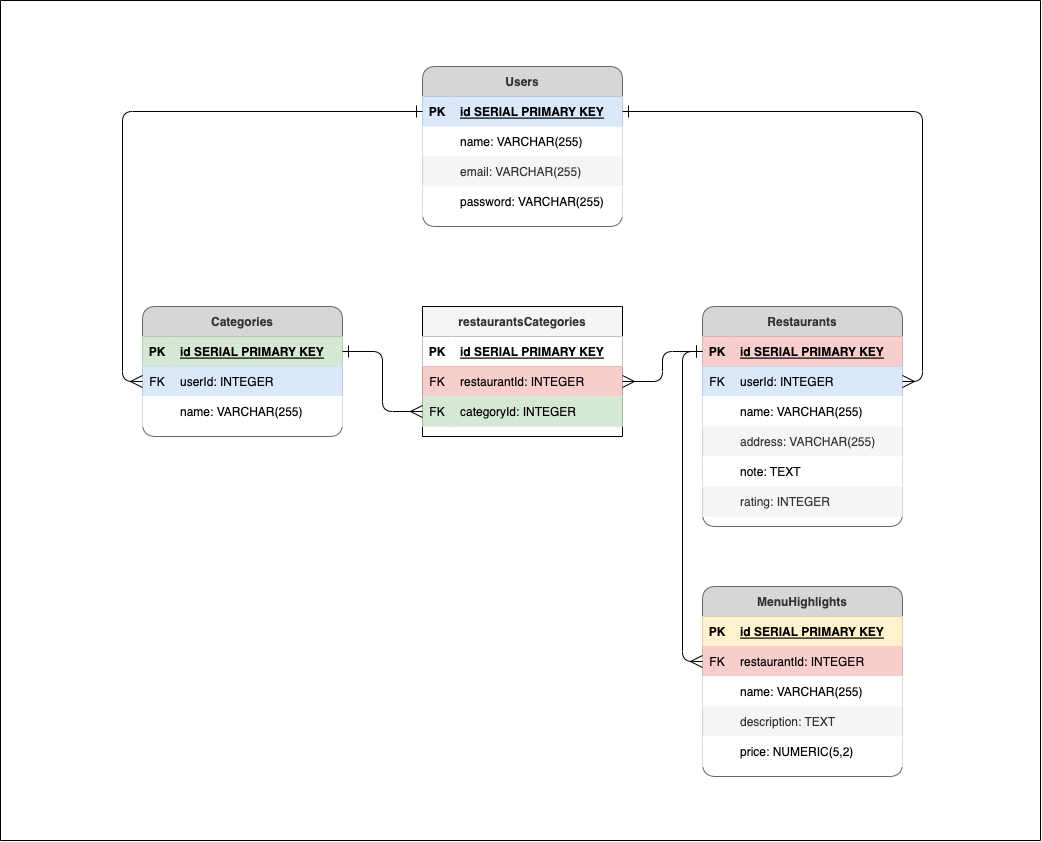
Earlier version of the draw.io export ERD.drawio.png (philjang/ad-libitum). Source tidied: cells renumbered, new cells last; positions are measured from the earlier drawing's top-left corner, leaving out a move shared by most shapes.
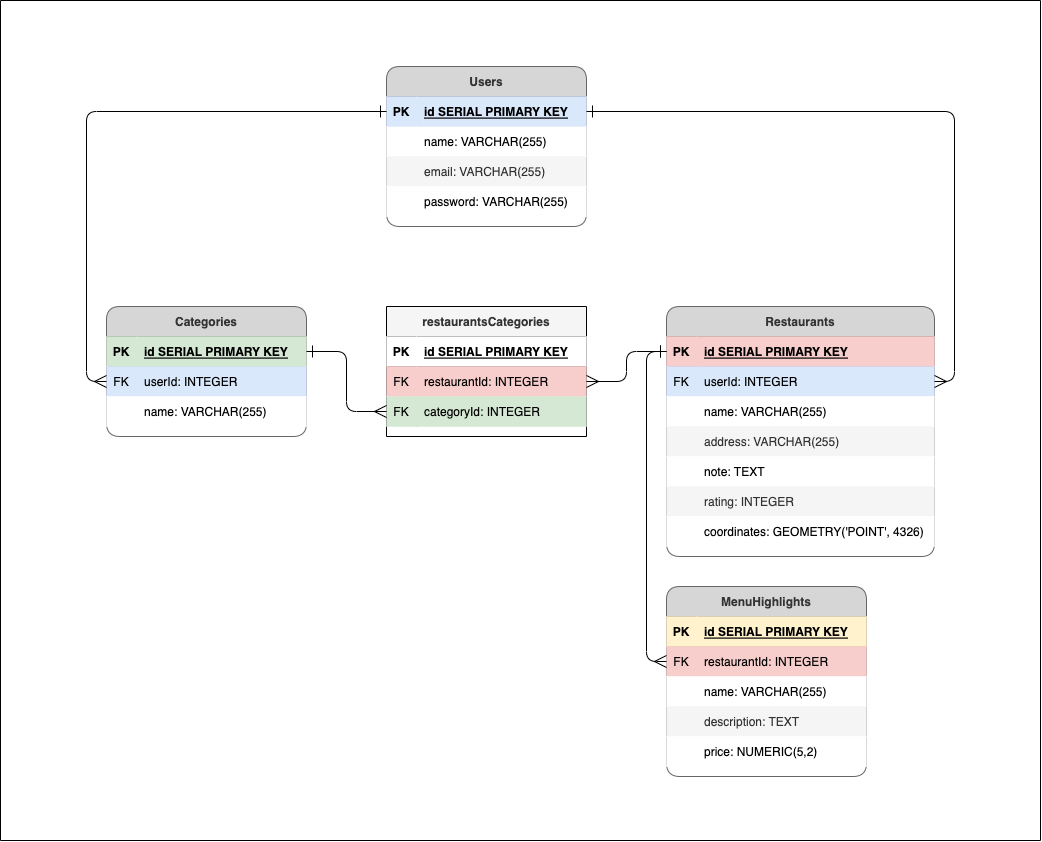
The same file after the commit.

Change to the diagram source:
```diff
@@ -42,62 +42,71 @@
       <mxGeometry x="30" width="170" height="30" as="geometry" />
     </mxCell>
     <mxCell id="15" value="Restaurants" style="shape=table;startSize=30;rowLines=0;fontStyle=1;align=center;fillColor=#D6D6D6;strokeColor=#666666;swimlaneFillColor=none;rounded=1;fontColor=#333333;perimeterSpacing=0;" parent="1" vertex="1">
-      <mxGeometry x="702" y="306" width="200" height="220" as="geometry" />
+      <mxGeometry x="702" y="306" width="268" height="250" as="geometry" />
     </mxCell>
     <mxCell id="16" style="shape=tableRow;horizontal=0;startSize=0;swimlaneHead=0;swimlaneBody=0;fillColor=#f8cecc;points=[[0,0.5],[1,0.5]];portConstraint=eastwest;top=0;left=0;right=0;bottom=1;strokeColor=#b85450;" parent="15" vertex="1">
-      <mxGeometry y="30" width="200" height="30" as="geometry" />
+      <mxGeometry y="30" width="268" height="30" as="geometry" />
     </mxCell>
     <mxCell id="17" value="PK" style="shape=partialRectangle;fillColor=#f8cecc;top=0;left=0;bottom=0;right=0;fontStyle=1;overflow=hidden;strokeColor=#b85450;" parent="16" vertex="1">
       <mxGeometry width="30" height="30" as="geometry" />
     </mxCell>
     <mxCell id="18" value="id SERIAL PRIMARY KEY" style="shape=partialRectangle;fillColor=#f8cecc;top=0;left=0;bottom=0;right=0;align=left;spacingLeft=6;fontStyle=5;overflow=hidden;strokeColor=#b85450;" parent="16" vertex="1">
-      <mxGeometry x="30" width="170" height="30" as="geometry" />
+      <mxGeometry x="30" width="238" height="30" as="geometry" />
     </mxCell>
     <mxCell id="19" style="shape=tableRow;horizontal=0;startSize=0;swimlaneHead=0;swimlaneBody=0;fillColor=#dae8fc;points=[[0,0.5],[1,0.5]];portConstraint=eastwest;top=0;left=0;right=0;bottom=0;rounded=0;shadow=0;sketch=0;strokeColor=#6c8ebf;" parent="15" vertex="1">
-      <mxGeometry y="60" width="200" height="30" as="geometry" />
+      <mxGeometry y="60" width="268" height="30" as="geometry" />
     </mxCell>
     <mxCell id="20" value="FK" style="shape=partialRectangle;fillColor=#dae8fc;top=0;left=0;bottom=0;right=0;fontStyle=0;overflow=hidden;rounded=0;shadow=0;sketch=0;strokeColor=#6c8ebf;" parent="19" vertex="1">
       <mxGeometry width="30" height="30" as="geometry" />
     </mxCell>
     <mxCell id="21" value="userId: INTEGER" style="shape=partialRectangle;fillColor=#dae8fc;top=0;left=0;bottom=0;right=0;align=left;spacingLeft=6;fontStyle=0;overflow=hidden;rounded=0;shadow=0;sketch=0;strokeColor=#6c8ebf;" parent="19" vertex="1">
-      <mxGeometry x="30" width="170" height="30" as="geometry" />
+      <mxGeometry x="30" width="238" height="30" as="geometry" />
     </mxCell>
     <mxCell id="22" style="shape=tableRow;horizontal=0;startSize=0;swimlaneHead=0;swimlaneBody=0;top=0;left=0;right=0;bottom=0;" parent="15" vertex="1">
-      <mxGeometry y="90" width="200" height="30" as="geometry" />
+      <mxGeometry y="90" width="268" height="30" as="geometry" />
     </mxCell>
     <mxCell id="23" style="shape=partialRectangle;top=0;left=0;bottom=0;right=0;overflow=hidden;" parent="22" vertex="1">
       <mxGeometry width="30" height="30" as="geometry" />
     </mxCell>
     <mxCell id="24" value="name: VARCHAR(255)" style="shape=partialRectangle;top=0;left=0;bottom=0;right=0;align=left;spacingLeft=6;overflow=hidden;" parent="22" vertex="1">
-      <mxGeometry x="30" width="170" height="30" as="geometry" />
+      <mxGeometry x="30" width="238" height="30" as="geometry" />
     </mxCell>
     <mxCell id="25" style="shape=tableRow;horizontal=0;startSize=0;swimlaneHead=0;swimlaneBody=0;fillColor=#f5f5f5;top=0;left=0;right=0;bottom=0;rounded=0;shadow=0;sketch=0;fontColor=#333333;strokeColor=#666666;" parent="15" vertex="1">
-      <mxGeometry y="120" width="200" height="30" as="geometry" />
+      <mxGeometry y="120" width="268" height="30" as="geometry" />
     </mxCell>
     <mxCell id="26" style="shape=partialRectangle;fillColor=#f5f5f5;top=0;left=0;bottom=0;right=0;fontStyle=0;overflow=hidden;rounded=0;shadow=0;sketch=0;fontColor=#333333;strokeColor=#666666;" parent="25" vertex="1">
       <mxGeometry width="30" height="30" as="geometry" />
     </mxCell>
     <mxCell id="27" value="address: VARCHAR(255)" style="shape=partialRectangle;fillColor=#f5f5f5;top=0;left=0;bottom=0;right=0;align=left;spacingLeft=6;fontStyle=0;overflow=hidden;rounded=0;shadow=0;sketch=0;fontColor=#333333;strokeColor=#666666;" parent="25" vertex="1">
-      <mxGeometry x="30" width="170" height="30" as="geometry" />
+      <mxGeometry x="30" width="238" height="30" as="geometry" />
     </mxCell>
     <mxCell id="28" style="shape=tableRow;horizontal=0;startSize=0;swimlaneHead=0;swimlaneBody=0;top=0;left=0;right=0;bottom=0;" parent="15" vertex="1">
-      <mxGeometry y="150" width="200" height="30" as="geometry" />
+      <mxGeometry y="150" width="268" height="30" as="geometry" />
     </mxCell>
     <mxCell id="29" style="shape=partialRectangle;top=0;left=0;bottom=0;right=0;overflow=hidden;" parent="28" vertex="1">
       <mxGeometry width="30" height="30" as="geometry" />
     </mxCell>
     <mxCell id="30" value="note: TEXT" style="shape=partialRectangle;top=0;left=0;bottom=0;right=0;align=left;spacingLeft=6;overflow=hidden;" parent="28" vertex="1">
-      <mxGeometry x="30" width="170" height="30" as="geometry" />
+      <mxGeometry x="30" width="238" height="30" as="geometry" />
     </mxCell>
     <mxCell id="31" style="shape=tableRow;horizontal=0;startSize=0;swimlaneHead=0;swimlaneBody=0;fillColor=#f5f5f5;top=0;left=0;right=0;bottom=0;fontColor=#333333;strokeColor=#666666;" parent="15" vertex="1">
-      <mxGeometry y="180" width="200" height="30" as="geometry" />
+      <mxGeometry y="180" width="268" height="30" as="geometry" />
     </mxCell>
     <mxCell id="32" style="shape=partialRectangle;fillColor=#f5f5f5;top=0;left=0;bottom=0;right=0;overflow=hidden;fontColor=#333333;strokeColor=#666666;" parent="31" vertex="1">
       <mxGeometry width="30" height="30" as="geometry" />
     </mxCell>
     <mxCell id="33" value="rating: INTEGER" style="shape=partialRectangle;fillColor=#f5f5f5;top=0;left=0;bottom=0;right=0;align=left;spacingLeft=6;overflow=hidden;fontColor=#333333;strokeColor=#666666;" parent="31" vertex="1">
-      <mxGeometry x="30" width="170" height="30" as="geometry" />
+      <mxGeometry x="30" width="238" height="30" as="geometry" />
     </mxCell>
+    <mxCell id="80" style="shape=tableRow;horizontal=0;startSize=0;swimlaneHead=0;swimlaneBody=0;top=0;left=0;right=0;bottom=0;" parent="15" vertex="1">
+      <mxGeometry y="210" width="268" height="30" as="geometry" />
+    </mxCell>
+    <mxCell id="81" style="shape=partialRectangle;top=0;left=0;bottom=0;right=0;overflow=hidden;" parent="80" vertex="1">
+      <mxGeometry width="30" height="30" as="geometry" />
+    </mxCell>
+    <mxCell id="82" value="coordinates: GEOMETRY('POINT', 4326)" style="shape=partialRectangle;top=0;left=0;bottom=0;right=0;align=left;spacingLeft=6;overflow=hidden;" parent="80" vertex="1">
+      <mxGeometry x="30" width="238" height="30" as="geometry" />
+    </mxCell>
     <mxCell id="34" value="Categories" style="shape=table;startSize=30;rowLines=0;fontStyle=1;align=center;fillColor=#D6D6D6;strokeColor=#666666;swimlaneFillColor=none;rounded=1;fontColor=#333333;" parent="1" vertex="1">
       <mxGeometry x="142" y="306" width="200" height="130" as="geometry" />
     </mxCell>
@@ -224,26 +233,26 @@
     <mxCell id="75" value="Untitled Layer" parent="0" />
     <mxCell id="76" style="endArrow=none;html=1;rounded=1;fontColor=#000000;startSize=10;endSize=10;targetPerimeterSpacing=0;strokeWidth=1;" parent="75" edge="1">
       <mxGeometry relative="1" as="geometry">
-        <mxPoint x="1040" as="sourcePoint" />
-        <mxPoint as="targetPoint" />
+        <mxPoint x="1076" as="sourcePoint" />
+        <mxPoint x="36" as="targetPoint" />
       </mxGeometry>
     </mxCell>
     <mxCell id="77" style="endArrow=none;html=1;rounded=1;fontColor=#000000;startSize=10;endSize=10;targetPerimeterSpacing=0;strokeWidth=1;" parent="75" edge="1">
       <mxGeometry relative="1" as="geometry">
-        <mxPoint x="1040" y="840" as="sourcePoint" />
-        <mxPoint y="840" as="targetPoint" />
+        <mxPoint x="1076" y="840" as="sourcePoint" />
+        <mxPoint x="36" y="840" as="targetPoint" />
       </mxGeometry>
     </mxCell>
     <mxCell id="78" style="endArrow=none;html=1;rounded=1;fontColor=#000000;startSize=10;endSize=10;targetPerimeterSpacing=0;strokeWidth=1;" parent="75" edge="1">
       <mxGeometry relative="1" as="geometry">
-        <mxPoint x="1040" as="sourcePoint" />
-        <mxPoint x="1040" y="840" as="targetPoint" />
+        <mxPoint x="1076" as="sourcePoint" />
+        <mxPoint x="1076" y="840" as="targetPoint" />
       </mxGeometry>
     </mxCell>
     <mxCell id="79" style="endArrow=none;html=1;rounded=1;fontColor=#000000;startSize=10;endSize=10;targetPerimeterSpacing=0;strokeWidth=1;" parent="75" edge="1">
       <mxGeometry relative="1" as="geometry">
-        <mxPoint as="sourcePoint" />
-        <mxPoint y="840" as="targetPoint" />
+        <mxPoint x="36" as="sourcePoint" />
+        <mxPoint x="36" y="840" as="targetPoint" />
       </mxGeometry>
     </mxCell>
   </root>
```
